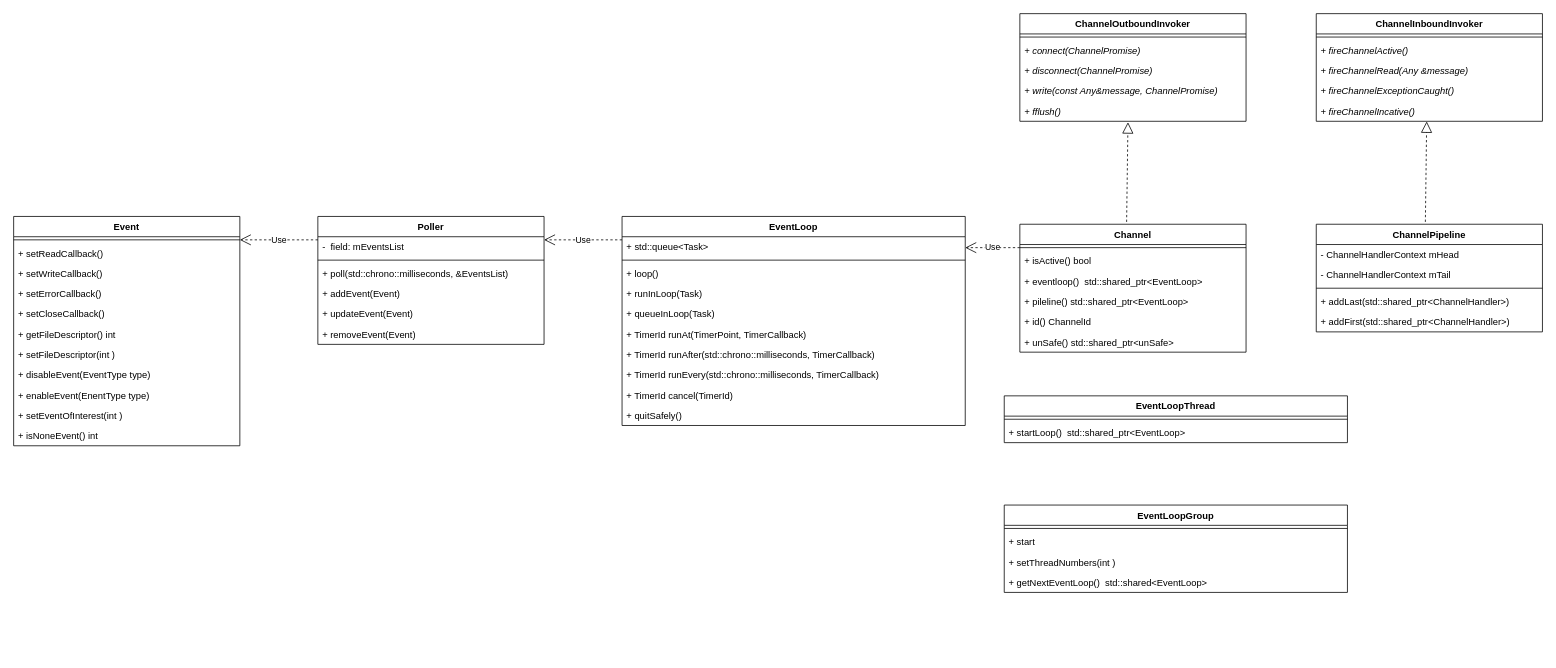
Above: page "类图" (1 of 4) of transport.drawio in bingo787/draw (draw.io), before the change. Source tidied: cells renumbered, new cells numbered last; positions are measured from the earlier drawing's top-left corner, leaving out a move shared by most shapes. Both pictures are drawn from the tidied source at 78%, with x=0, y=0 at pixel (13, 13).
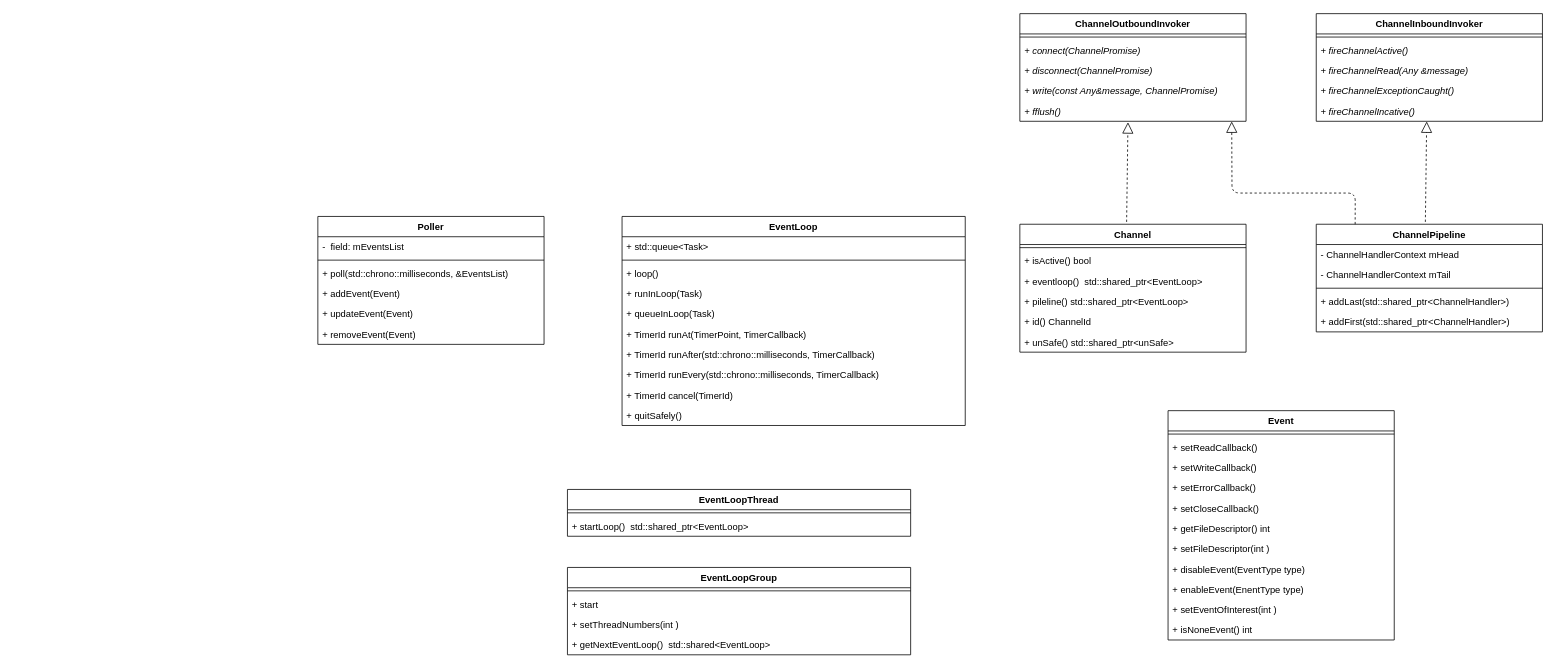
After the change.

The change refers to these unchanged cells:
```xml
<mxCell id="9" style="line;strokeWidth=1;fillColor=none;align=left;verticalAlign=middle;spacingTop=-1;spacingLeft=3;spacingRight=3;labelPosition=right;points=[];portConstraint=eastwest;" parent="8" vertex="1">
  <mxGeometry y="26" width="290" height="8" as="geometry" />
</mxCell>
<mxCell id="17" value="+ std::queue&lt;Task&gt;" style="text;strokeColor=none;fillColor=none;align=left;verticalAlign=top;spacingLeft=4;spacingRight=4;overflow=hidden;points=[[0,0.5],[1,0.5]];portConstraint=eastwest;" parent="16" vertex="1">
  <mxGeometry y="26" width="440" height="26" as="geometry" />
</mxCell>
<mxCell id="46" value="ChannelPipeline" style="swimlane;fontStyle=1;align=center;verticalAlign=top;horizontal=1;startSize=26;" parent="1" vertex="1">
  <mxGeometry x="1670" y="270" width="290" height="138" as="geometry" />
</mxCell>
```

The edit, as a diff of the source:
```diff
@@
     <mxCell id="34" value="Event" style="swimlane;fontStyle=1;align=center;verticalAlign=top;horizontal=1;startSize=26;" parent="1" vertex="1">
-      <mxGeometry y="260" width="290" height="294" as="geometry" />
+      <mxGeometry x="1480" y="509" width="290" height="294" as="geometry" />
     </mxCell>
@@
-    <mxCell id="59" value="Use" style="endArrow=open;endSize=12;dashed=1;html=1;exitX=0;exitY=0.5;exitDx=0;exitDy=0;exitPerimeter=0;" parent="1" edge="1" source="9">
-      <mxGeometry relative="1" as="geometry">
-        <mxPoint x="1220" y="300" as="targetPoint" />
-      </mxGeometry>
-    </mxCell>
-    <mxCell id="60" value="Use" style="endArrow=open;endSize=12;dashed=1;html=1;exitX=0;exitY=0.154;exitDx=0;exitDy=0;exitPerimeter=0;" parent="1" edge="1" source="17">
-      <mxGeometry relative="1" as="geometry">
-        <mxPoint x="680" y="290" as="targetPoint" />
-      </mxGeometry>
-    </mxCell>
-    <mxCell id="61" value="Use" style="endArrow=open;endSize=12;dashed=1;html=1;exitX=0;exitY=0.154;exitDx=0;exitDy=0;exitPerimeter=0;" parent="1" edge="1">
-      <mxGeometry relative="1" as="geometry">
-        <mxPoint x="390" y="290" as="sourcePoint" />
-        <mxPoint x="290" y="290" as="targetPoint" />
-      </mxGeometry>
-    </mxCell>
     <mxCell id="62" value="EventLoopThread" style="swimlane;fontStyle=1;align=center;verticalAlign=top;horizontal=1;startSize=26;" parent="1" vertex="1">
-      <mxGeometry x="1270" y="490" width="440" height="60" as="geometry" />
+      <mxGeometry x="710" y="610" width="440" height="60" as="geometry" />
     </mxCell>
@@
     <mxCell id="65" value="EventLoopGroup" style="swimlane;fontStyle=1;align=center;verticalAlign=top;horizontal=1;startSize=26;" parent="1" vertex="1">
-      <mxGeometry x="1270" y="630" width="440" height="112" as="geometry" />
+      <mxGeometry x="710" y="710" width="440" height="112" as="geometry" />
     </mxCell>
@@
+    <mxCell id="70" style="endArrow=block;dashed=1;endFill=0;endSize=12;html=1;entryX=0.478;entryY=1.046;entryDx=0;entryDy=0;entryPerimeter=0;exitX=0.172;exitY=0;exitDx=0;exitDy=0;exitPerimeter=0;" parent="1" edge="1" source="46">
+      <mxGeometry relative="1" as="geometry">
+        <mxPoint x="1561.6" y="138.2" as="targetPoint" />
+        <Array as="points">
+          <mxPoint x="1720" y="230" />
+          <mxPoint x="1562" y="230" />
+        </Array>
+      </mxGeometry>
+    </mxCell>
```
